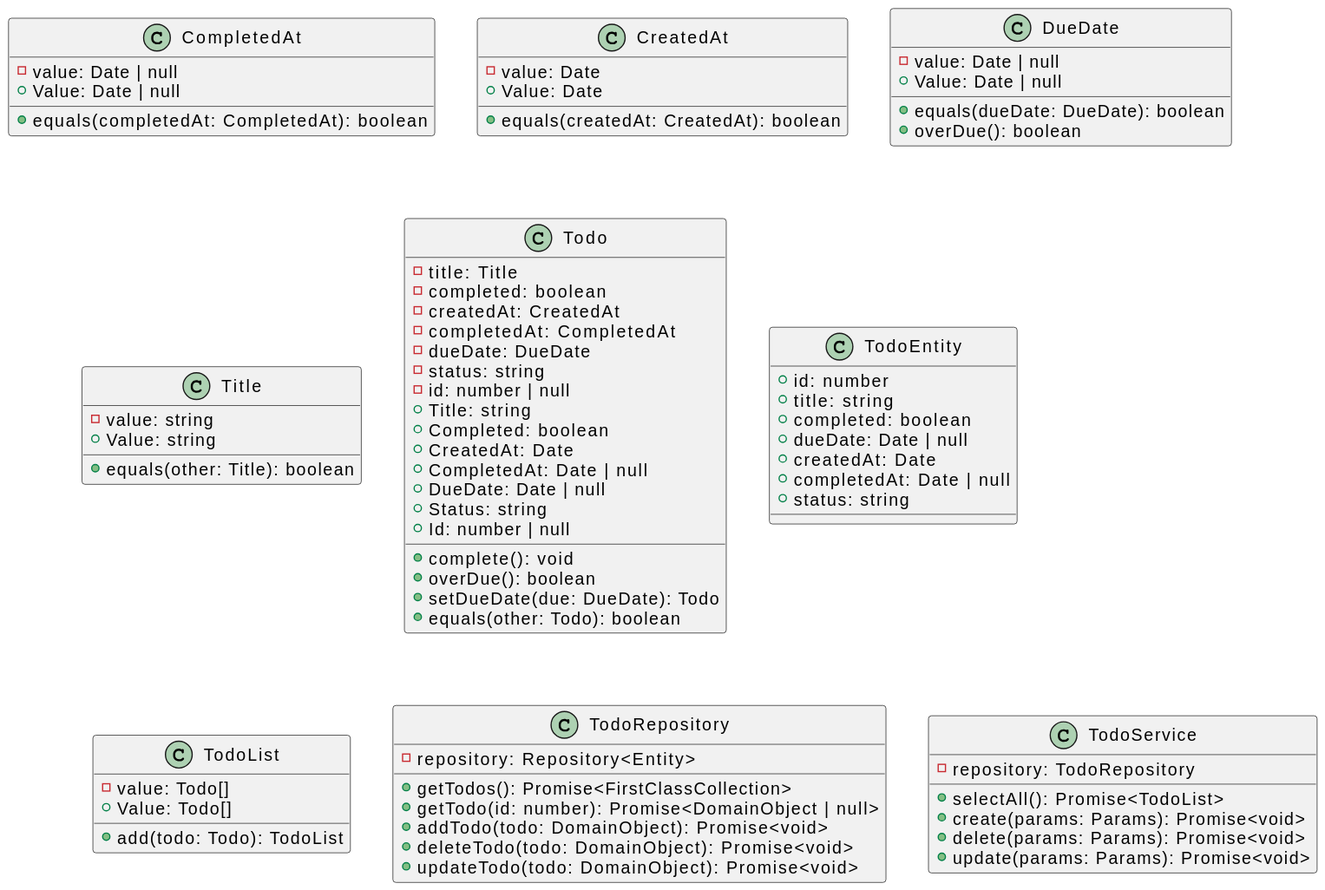
This is docs/images/uml.svg from k2works/application_programing_excercise_2022, a PlantUML export, as it was before one commit.
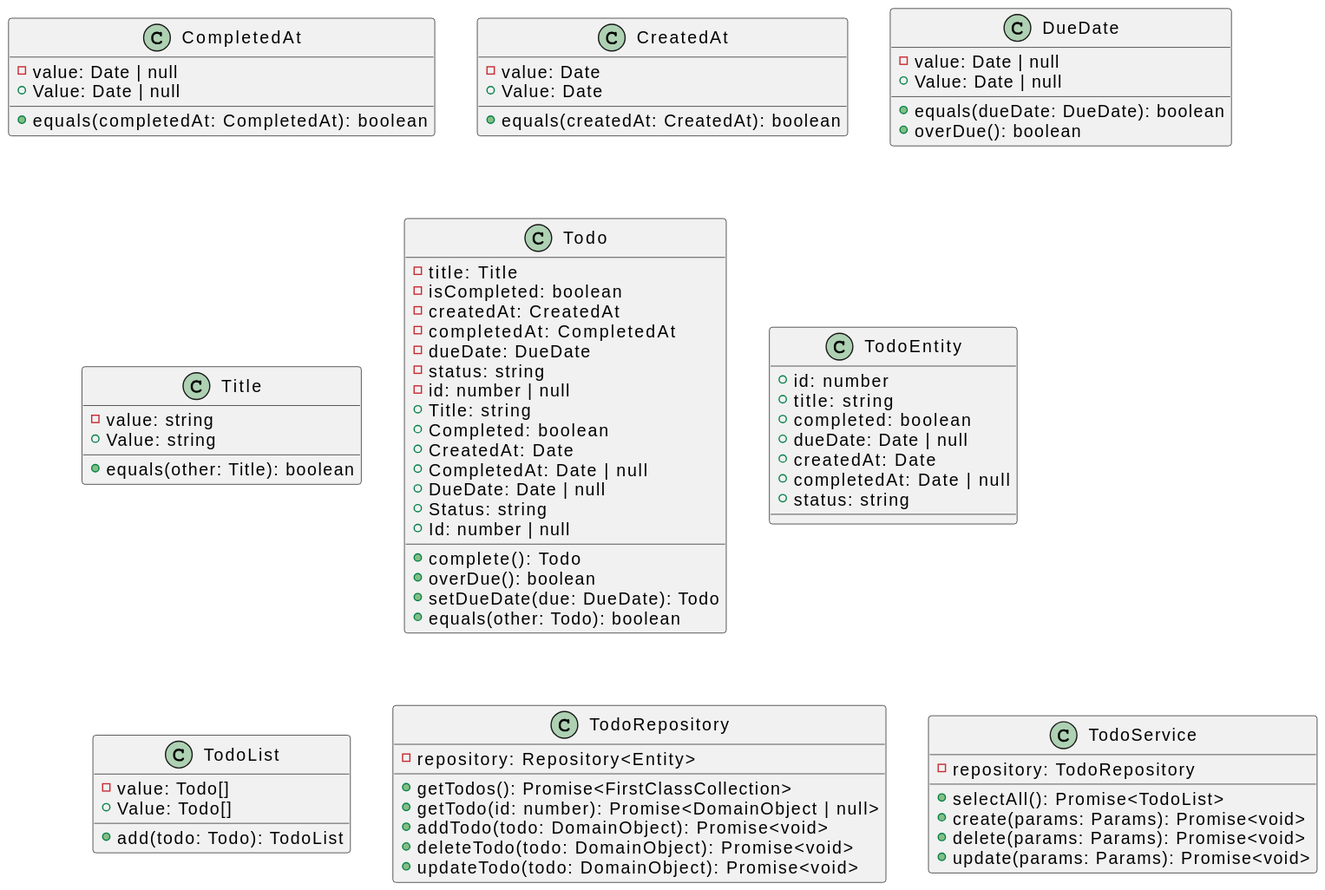
After the change.

The edit, as a diff of the source:
```diff
@@ -22,7 +22,7 @@
 }
 class Todo {
     -title: Title
-    -completed: boolean
+    -isCompleted: boolean
     -createdAt: CreatedAt
     -completedAt: CompletedAt
     -dueDate: DueDate
@@ -35,7 +35,7 @@
     +DueDate: Date | null
     +Status: string
     +Id: number | null
-    +complete(): void
+    +complete(): Todo
     +overDue(): boolean
     +setDueDate(due: DueDate): Todo
     +equals(other: Todo): boolean
```
